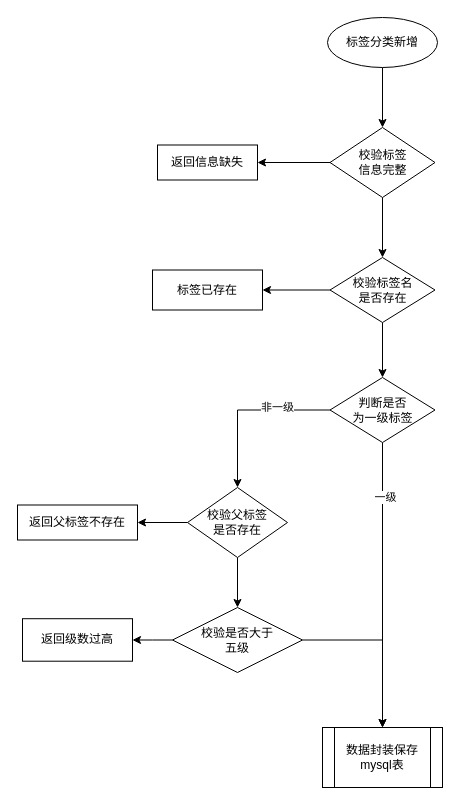
Above: 标签分类新增流程图.drawio in 1418956397/JavaWeb-Project-Source-Share (draw.io), before the change. Source tidied: cells renumbered, new cells numbered last; positions are measured from the earlier drawing's top-left corner, leaving out a move shared by most shapes. Both pictures are drawn from the tidied source at 100%, with x=0, y=0 at pixel (17, 17).
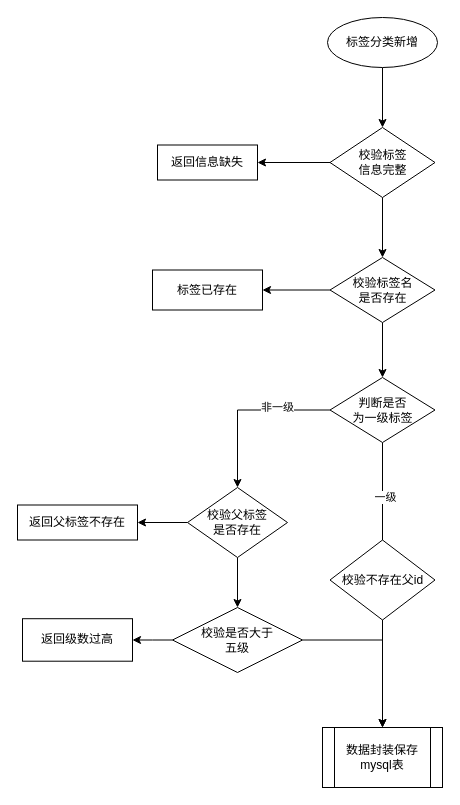
The same page after the edit.

Commit message:
更新标签分类新增流程图.drawio

Diff of the diagram source:
```diff
@@
+    <mxCell id="26" value="校验不存在父id" style="rhombus;whiteSpace=wrap;html=1;" parent="1" vertex="1">
+      <mxGeometry x="312.5" y="522.5" width="105" height="80" as="geometry" />
+    </mxCell>
```
